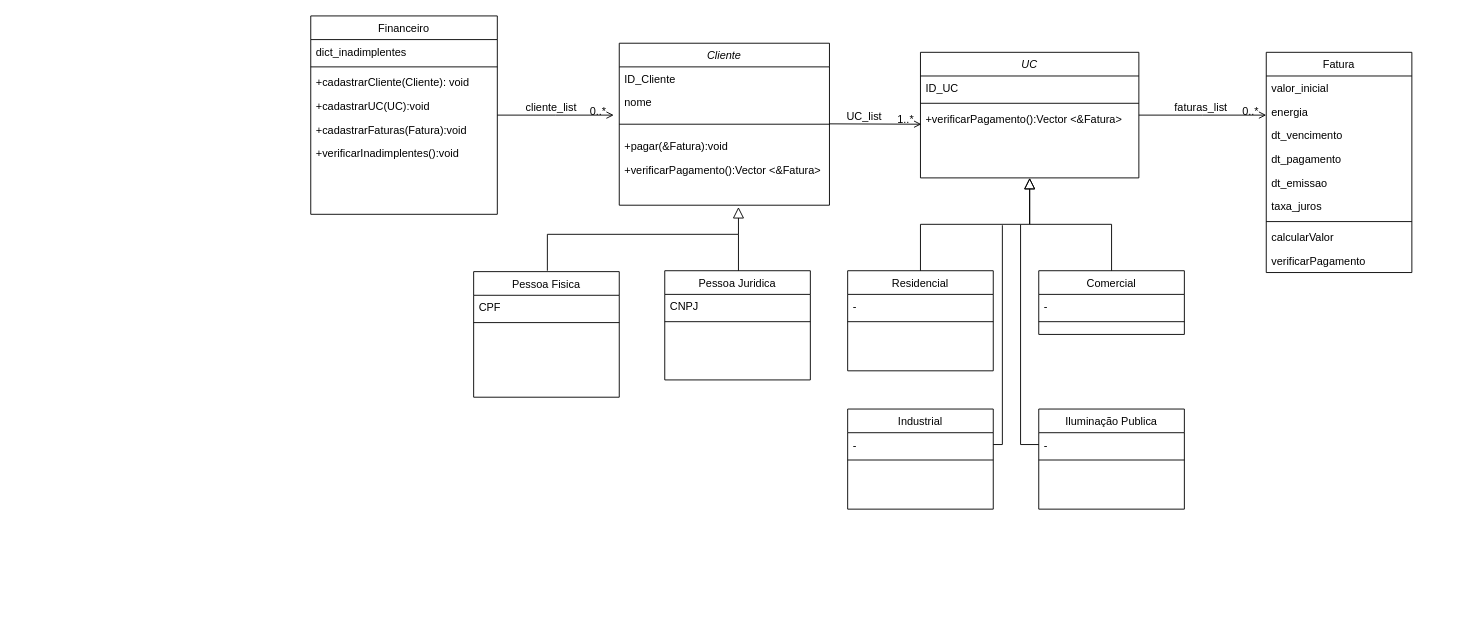
Above: Modulo_1.drawio in rodrigocezarluz/Projeto-POO (draw.io), before the change. Source tidied: cells renumbered, new cells numbered last; positions are measured from the earlier drawing's top-left corner, leaving out a move shared by most shapes. Both pictures are drawn from the tidied source at 91%, with x=0, y=0 at pixel (310, 15).
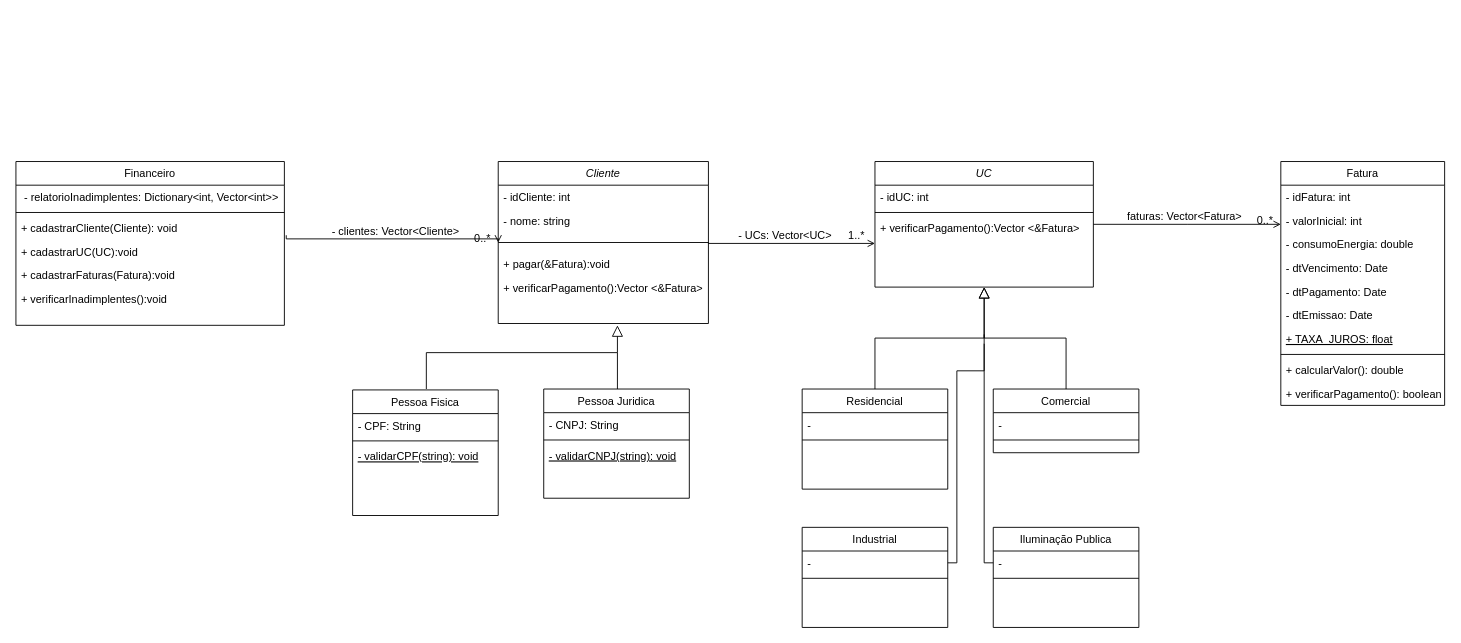
The same diagram, later.

Commit message (it also covers changes not shown here):
Standartize UML Model

Unchanged cells that the change refers to:
```xml
<mxCell id="24" style="endArrow=open;shadow=0;strokeWidth=1;rounded=0;endFill=1;edgeStyle=elbowEdgeStyle;elbow=vertical;" parent="1" edge="1" source="2" target="14">
  <mxGeometry x="0.5" y="41" relative="1" as="geometry">
    <mxPoint x="-40" y="32" as="offset" />
  </mxGeometry>
</mxCell>
<mxCell id="46" value="-&#10;" style="text;align=left;verticalAlign=top;spacingLeft=4;spacingRight=4;overflow=hidden;points=[[0,0.5],[1,0.5]];portConstraint=eastwest;rounded=0;shadow=0;html=0;" parent="45" vertex="1">
  <mxGeometry y="26" width="160" height="26" as="geometry" />
</mxCell>
<mxCell id="49" value="-&#10;" style="text;align=left;verticalAlign=top;spacingLeft=4;spacingRight=4;overflow=hidden;points=[[0,0.5],[1,0.5]];portConstraint=eastwest;rounded=0;shadow=0;html=0;" parent="48" vertex="1">
  <mxGeometry y="26" width="160" height="26" as="geometry" />
</mxCell>
```

The edit, as a diff of the source:
```diff
@@
     <mxCell id="2" value="UC" style="swimlane;fontStyle=2;align=center;verticalAlign=top;horizontal=1;startSize=26;rounded=0;shadow=0;strokeWidth=1;" parent="1" vertex="1">
-      <mxGeometry x="670" y="40" width="240" height="138" as="geometry" />
+      <mxGeometry x="620" y="160" width="240" height="138" as="geometry" />
     </mxCell>
-    <mxCell id="3" value="ID_UC" style="text;align=left;verticalAlign=top;spacingLeft=4;spacingRight=4;overflow=hidden;" parent="2" vertex="1">
+    <mxCell id="3" value="- idUC: int" style="text;align=left;verticalAlign=top;spacingLeft=4;spacingRight=4;overflow=hidden;" parent="2" vertex="1">
       <mxGeometry y="26" width="240" height="26" as="geometry" />
     </mxCell>
@@
-    <mxCell id="5" value="+verificarPagamento():Vector &lt;&amp;Fatura&gt;" style="text;align=left;verticalAlign=top;spacingLeft=4;spacingRight=4;overflow=hidden;rounded=0;shadow=0;html=0;" parent="2" vertex="1">
+    <mxCell id="5" value="+ verificarPagamento():Vector &lt;&amp;Fatura&gt;" style="text;align=left;verticalAlign=top;spacingLeft=4;spacingRight=4;overflow=hidden;rounded=0;shadow=0;html=0;" parent="2" vertex="1">
       <mxGeometry y="60" width="240" height="26" as="geometry" />
     </mxCell>
     <mxCell id="6" value="Residencial" style="swimlane;fontStyle=0;align=center;verticalAlign=top;horizontal=1;startSize=26;rounded=0;shadow=0;strokeWidth=1;" parent="1" vertex="1">
-      <mxGeometry x="590" y="280" width="160" height="110" as="geometry" />
+      <mxGeometry x="540" y="410" width="160" height="110" as="geometry" />
     </mxCell>
@@
     <mxCell id="10" value="Comercial" style="swimlane;fontStyle=0;align=center;verticalAlign=top;horizontal=1;startSize=26;rounded=0;shadow=0;strokeWidth=1;" parent="1" vertex="1">
-      <mxGeometry x="800" y="280" width="160" height="70" as="geometry" />
+      <mxGeometry x="750" y="410" width="160" height="70" as="geometry" />
     </mxCell>
@@
     <mxCell id="14" value="Fatura" style="swimlane;fontStyle=0;align=center;verticalAlign=top;horizontal=1;startSize=26;rounded=0;shadow=0;strokeWidth=1;" parent="1" vertex="1">
-      <mxGeometry x="1050" y="40" width="160" height="242" as="geometry" />
+      <mxGeometry x="1066" y="160" width="180" height="268" as="geometry" />
     </mxCell>
+    <mxCell id="63" value="- idFatura: int" style="text;align=left;verticalAlign=top;spacingLeft=4;spacingRight=4;overflow=hidden;rounded=0;shadow=0;html=0;" parent="14" vertex="1">
+      <mxGeometry y="26" width="180" height="26" as="geometry" />
+    </mxCell>
-    <mxCell id="15" value="valor_inicial" style="text;align=left;verticalAlign=top;spacingLeft=4;spacingRight=4;overflow=hidden;" parent="14" vertex="1">
-      <mxGeometry y="26" width="160" height="26" as="geometry" />
+    <mxCell id="15" value="- valorInicial: int" style="text;align=left;verticalAlign=top;spacingLeft=4;spacingRight=4;overflow=hidden;" parent="14" vertex="1">
+      <mxGeometry y="52" width="180" height="26" as="geometry" />
     </mxCell>
-    <mxCell id="16" value="energia" style="text;align=left;verticalAlign=top;spacingLeft=4;spacingRight=4;overflow=hidden;rounded=0;shadow=0;html=0;" parent="14" vertex="1">
-      <mxGeometry y="52" width="160" height="26" as="geometry" />
+    <mxCell id="16" value="- consumoEnergia: double" style="text;align=left;verticalAlign=top;spacingLeft=4;spacingRight=4;overflow=hidden;rounded=0;shadow=0;html=0;" parent="14" vertex="1">
+      <mxGeometry y="78" width="180" height="26" as="geometry" />
     </mxCell>
-    <mxCell id="17" value="dt_vencimento" style="text;align=left;verticalAlign=top;spacingLeft=4;spacingRight=4;overflow=hidden;rounded=0;shadow=0;html=0;" parent="14" vertex="1">
-      <mxGeometry y="78" width="160" height="26" as="geometry" />
+    <mxCell id="17" value="- dtVencimento: Date" style="text;align=left;verticalAlign=top;spacingLeft=4;spacingRight=4;overflow=hidden;rounded=0;shadow=0;html=0;" parent="14" vertex="1">
+      <mxGeometry y="104" width="180" height="26" as="geometry" />
     </mxCell>
-    <mxCell id="18" value="dt_pagamento" style="text;align=left;verticalAlign=top;spacingLeft=4;spacingRight=4;overflow=hidden;rounded=0;shadow=0;html=0;" parent="14" vertex="1">
-      <mxGeometry y="104" width="160" height="26" as="geometry" />
+    <mxCell id="18" value="- dtPagamento: Date" style="text;align=left;verticalAlign=top;spacingLeft=4;spacingRight=4;overflow=hidden;rounded=0;shadow=0;html=0;" parent="14" vertex="1">
+      <mxGeometry y="130" width="180" height="26" as="geometry" />
     </mxCell>
-    <mxCell id="19" value="dt_emissao" style="text;align=left;verticalAlign=top;spacingLeft=4;spacingRight=4;overflow=hidden;rounded=0;shadow=0;html=0;" parent="14" vertex="1">
-      <mxGeometry y="130" width="160" height="26" as="geometry" />
+    <mxCell id="19" value="- dtEmissao: Date" style="text;align=left;verticalAlign=top;spacingLeft=4;spacingRight=4;overflow=hidden;rounded=0;shadow=0;html=0;" parent="14" vertex="1">
+      <mxGeometry y="156" width="180" height="26" as="geometry" />
     </mxCell>
-    <mxCell id="20" value="taxa_juros" style="text;align=left;verticalAlign=top;spacingLeft=4;spacingRight=4;overflow=hidden;rounded=0;shadow=0;html=0;" parent="14" vertex="1">
-      <mxGeometry y="156" width="160" height="26" as="geometry" />
+    <mxCell id="20" value="+ TAXA_JUROS: float" style="text;align=left;verticalAlign=top;spacingLeft=4;spacingRight=4;overflow=hidden;rounded=0;shadow=0;html=0;fontStyle=4;" parent="14" vertex="1">
+      <mxGeometry y="182" width="180" height="26" as="geometry" />
     </mxCell>
     <mxCell id="21" style="line;html=1;strokeWidth=1;align=left;verticalAlign=middle;spacingTop=-1;spacingLeft=3;spacingRight=3;labelPosition=right;" parent="14" vertex="1">
-      <mxGeometry y="182" width="160" height="8" as="geometry" />
+      <mxGeometry y="208" width="180" height="8" as="geometry" />
     </mxCell>
-    <mxCell id="22" value="calcularValor" style="text;align=left;verticalAlign=top;spacingLeft=4;spacingRight=4;overflow=hidden;" parent="14" vertex="1">
-      <mxGeometry y="190" width="160" height="26" as="geometry" />
+    <mxCell id="22" value="+ calcularValor(): double" style="text;align=left;verticalAlign=top;spacingLeft=4;spacingRight=4;overflow=hidden;" parent="14" vertex="1">
+      <mxGeometry y="216" width="180" height="26" as="geometry" />
     </mxCell>
-    <mxCell id="23" value="verificarPagamento" style="text;align=left;verticalAlign=top;spacingLeft=4;spacingRight=4;overflow=hidden;rounded=0;shadow=0;html=0;" parent="14" vertex="1">
-      <mxGeometry y="216" width="160" height="26" as="geometry" />
+    <mxCell id="23" value="+ verificarPagamento(): boolean" style="text;align=left;verticalAlign=top;spacingLeft=4;spacingRight=4;overflow=hidden;rounded=0;shadow=0;html=0;" parent="14" vertex="1">
+      <mxGeometry y="242" width="180" height="26" as="geometry" />
     </mxCell>
@@
-    <mxCell id="26" value="faturas_list" style="text;html=1;align=center;verticalAlign=middle;labelBackgroundColor=none;rounded=0;shadow=0;strokeWidth=1;fontSize=12;" parent="24" vertex="1">
+    <mxCell id="26" value="faturas: Vector&amp;lt;Fatura&amp;gt;" style="text;html=1;align=center;verticalAlign=middle;labelBackgroundColor=none;rounded=0;shadow=0;strokeWidth=1;fontSize=12;" parent="24" vertex="1">
       <mxGeometry x="0.5" y="49" relative="1" as="geometry">
-        <mxPoint x="-38" y="40" as="offset" />
+        <mxPoint x="-56" y="40" as="offset" />
       </mxGeometry>
     </mxCell>
     <mxCell id="27" value="Cliente" style="swimlane;fontStyle=2;align=center;verticalAlign=top;horizontal=1;startSize=26;rounded=0;shadow=0;strokeWidth=1;" parent="1" vertex="1">
-      <mxGeometry x="339" y="30" width="231" height="178" as="geometry" />
+      <mxGeometry x="206" y="160" width="231" height="178" as="geometry" />
     </mxCell>
-    <mxCell id="28" value="ID_Cliente" style="text;align=left;verticalAlign=top;spacingLeft=4;spacingRight=4;overflow=hidden;" parent="27" vertex="1">
+    <mxCell id="28" value="- idCliente: int" style="text;align=left;verticalAlign=top;spacingLeft=4;spacingRight=4;overflow=hidden;" parent="27" vertex="1">
       <mxGeometry y="26" width="231" height="26" as="geometry" />
     </mxCell>
-    <mxCell id="29" value="nome" style="text;align=left;verticalAlign=top;spacingLeft=4;spacingRight=4;overflow=hidden;rounded=0;shadow=0;html=0;" parent="27" vertex="1">
+    <mxCell id="29" value="- nome: string" style="text;align=left;verticalAlign=top;spacingLeft=4;spacingRight=4;overflow=hidden;rounded=0;shadow=0;html=0;" parent="27" vertex="1">
       <mxGeometry y="52" width="231" height="26" as="geometry" />
     </mxCell>
@@
-    <mxCell id="31" value="+pagar(&amp;Fatura):void" style="text;align=left;verticalAlign=top;spacingLeft=4;spacingRight=4;overflow=hidden;rounded=0;shadow=0;html=0;" parent="27" vertex="1">
+    <mxCell id="31" value="+ pagar(&amp;Fatura):void" style="text;align=left;verticalAlign=top;spacingLeft=4;spacingRight=4;overflow=hidden;rounded=0;shadow=0;html=0;" parent="27" vertex="1">
       <mxGeometry y="100" width="231" height="26" as="geometry" />
     </mxCell>
-    <mxCell id="32" value="+verificarPagamento():Vector &lt;&amp;Fatura&gt;" style="text;align=left;verticalAlign=top;spacingLeft=4;spacingRight=4;overflow=hidden;rounded=0;shadow=0;html=0;" parent="27" vertex="1">
+    <mxCell id="32" value="+ verificarPagamento():Vector &lt;&amp;Fatura&gt;" style="text;align=left;verticalAlign=top;spacingLeft=4;spacingRight=4;overflow=hidden;rounded=0;shadow=0;html=0;" parent="27" vertex="1">
       <mxGeometry y="126" width="231" height="26" as="geometry" />
     </mxCell>
-    <mxCell id="33" style="endArrow=open;shadow=0;strokeWidth=1;rounded=0;endFill=1;edgeStyle=elbowEdgeStyle;elbow=vertical;" parent="1" edge="1">
+    <mxCell id="33" style="endArrow=open;shadow=0;strokeWidth=1;rounded=0;endFill=1;edgeStyle=elbowEdgeStyle;elbow=vertical;exitX=1;exitY=0.5;exitDx=0;exitDy=0;" parent="1" edge="1" source="27">
       <mxGeometry x="0.5" y="41" relative="1" as="geometry">
-        <mxPoint x="570" y="118.6" as="sourcePoint" />
-        <mxPoint x="671" y="118.6" as="targetPoint" />
+        <mxPoint x="620" y="250" as="targetPoint" />
         <mxPoint x="-40" y="32" as="offset" />
       </mxGeometry>
     </mxCell>
     <mxCell id="34" value="1..*" style="align=right;verticalAlign=bottom;labelBackgroundColor=none;fontSize=12;" parent="33" vertex="1">
       <mxGeometry x="1" relative="1" as="geometry">
-        <mxPoint x="-7" y="4" as="offset" />
+        <mxPoint x="-10" as="offset" />
       </mxGeometry>
     </mxCell>
-    <mxCell id="35" value="UC_list" style="text;html=1;align=center;verticalAlign=middle;labelBackgroundColor=none;rounded=0;shadow=0;strokeWidth=1;fontSize=12;" parent="33" vertex="1">
+    <mxCell id="35" value="- UCs: Vector&amp;lt;UC&amp;gt;" style="text;html=1;align=center;verticalAlign=middle;labelBackgroundColor=none;rounded=0;shadow=0;strokeWidth=1;fontSize=12;" parent="33" vertex="1">
       <mxGeometry x="0.5" y="49" relative="1" as="geometry">
-        <mxPoint x="-38" y="40" as="offset" />
+        <mxPoint x="-54" y="40" as="offset" />
       </mxGeometry>
     </mxCell>
     <mxCell id="36" value="Pessoa Fisica" style="swimlane;fontStyle=0;align=center;verticalAlign=top;horizontal=1;startSize=26;rounded=0;shadow=0;strokeWidth=1;" parent="1" vertex="1">
-      <mxGeometry x="179" y="281" width="160" height="138" as="geometry" />
+      <mxGeometry x="46" y="411" width="160" height="138" as="geometry" />
     </mxCell>
-    <mxCell id="37" value="CPF" style="text;align=left;verticalAlign=top;spacingLeft=4;spacingRight=4;overflow=hidden;" parent="36" vertex="1">
+    <mxCell id="37" value="- CPF: String" style="text;align=left;verticalAlign=top;spacingLeft=4;spacingRight=4;overflow=hidden;" parent="36" vertex="1">
       <mxGeometry y="26" width="160" height="26" as="geometry" />
     </mxCell>
@@
+    <mxCell id="64" value="- validarCPF(string): void" style="text;align=left;verticalAlign=top;spacingLeft=4;spacingRight=4;overflow=hidden;fontStyle=4;" parent="36" vertex="1">
+      <mxGeometry y="60" width="160" height="26" as="geometry" />
+    </mxCell>
     <mxCell id="39" value="Pessoa Juridica" style="swimlane;fontStyle=0;align=center;verticalAlign=top;horizontal=1;startSize=26;rounded=0;shadow=0;strokeWidth=1;" parent="1" vertex="1">
-      <mxGeometry x="389" y="280" width="160" height="120" as="geometry" />
+      <mxGeometry x="256" y="410" width="160" height="120" as="geometry" />
     </mxCell>
-    <mxCell id="40" value="CNPJ" style="text;align=left;verticalAlign=top;spacingLeft=4;spacingRight=4;overflow=hidden;" parent="39" vertex="1">
+    <mxCell id="40" value="- CNPJ: String" style="text;align=left;verticalAlign=top;spacingLeft=4;spacingRight=4;overflow=hidden;" parent="39" vertex="1">
       <mxGeometry y="26" width="160" height="26" as="geometry" />
     </mxCell>
@@
+    <mxCell id="65" value="- validarCNPJ(string): void" style="text;align=left;verticalAlign=top;spacingLeft=4;spacingRight=4;overflow=hidden;fontStyle=4;" parent="39" vertex="1">
+      <mxGeometry y="60" width="160" height="26" as="geometry" />
+    </mxCell>
     <mxCell id="42" style="endArrow=block;endSize=10;endFill=0;shadow=0;strokeWidth=1;rounded=0;edgeStyle=elbowEdgeStyle;elbow=vertical;" parent="1" edge="1" source="39">
       <mxGeometry relative="1" as="geometry">
-        <mxPoint x="470" y="210" as="targetPoint" />
+        <mxPoint x="337" y="340" as="targetPoint" />
         <Array as="points">
-          <mxPoint x="470" y="240" />
+          <mxPoint x="337" y="370" />
         </Array>
       </mxGeometry>
     </mxCell>
     <mxCell id="43" style="endArrow=none;html=1;rounded=0;" parent="1" edge="1">
       <mxGeometry relative="1" as="geometry">
-        <mxPoint x="260" y="280" as="sourcePoint" />
-        <mxPoint x="260" y="240" as="targetPoint" />
+        <mxPoint x="127" y="410" as="sourcePoint" />
+        <mxPoint x="127" y="370" as="targetPoint" />
       </mxGeometry>
     </mxCell>
     <mxCell id="44" style="endArrow=none;html=1;rounded=0;" parent="1" edge="1">
       <mxGeometry relative="1" as="geometry">
-        <mxPoint x="260" y="240" as="sourcePoint" />
-        <mxPoint x="470" y="240" as="targetPoint" />
+        <mxPoint x="127" y="370" as="sourcePoint" />
+        <mxPoint x="337" y="370" as="targetPoint" />
       </mxGeometry>
     </mxCell>
     <mxCell id="45" value="Industrial" style="swimlane;fontStyle=0;align=center;verticalAlign=top;horizontal=1;startSize=26;rounded=0;shadow=0;strokeWidth=1;" parent="1" vertex="1">
-      <mxGeometry x="590" y="432" width="160" height="110" as="geometry" />
+      <mxGeometry x="540" y="562" width="160" height="110" as="geometry" />
     </mxCell>
@@
     <mxCell id="48" value="Iluminação Publica" style="swimlane;fontStyle=0;align=center;verticalAlign=top;horizontal=1;startSize=26;rounded=0;shadow=0;strokeWidth=1;" parent="1" vertex="1">
-      <mxGeometry x="800" y="432" width="160" height="110" as="geometry" />
+      <mxGeometry x="750" y="562" width="160" height="110" as="geometry" />
     </mxCell>
@@
     <mxCell id="51" style="edgeStyle=orthogonalEdgeStyle;rounded=0;jettySize=auto;html=1;endArrow=none;endFill=0;exitX=1;exitY=0.5;exitDx=0;exitDy=0;" parent="1" edge="1" source="46">
       <mxGeometry relative="1" as="geometry">
-        <mxPoint x="760" y="230" as="targetPoint" />
+        <mxPoint x="740" y="360" as="targetPoint" />
         <Array as="points">
-          <mxPoint x="760" y="471" />
-          <mxPoint x="760" y="230" />
+          <mxPoint x="710" y="601" />
+          <mxPoint x="710" y="390" />
+          <mxPoint x="740" y="390" />
         </Array>
       </mxGeometry>
     </mxCell>
     <mxCell id="52" style="edgeStyle=orthogonalEdgeStyle;rounded=0;jettySize=auto;html=1;endArrow=none;endFill=0;exitX=0;exitY=0.5;exitDx=0;exitDy=0;" parent="1" edge="1" source="49">
       <mxGeometry relative="1" as="geometry">
-        <mxPoint x="780" y="229.5" as="targetPoint" />
+        <mxPoint x="740" y="350" as="targetPoint" />
         <Array as="points">
-          <mxPoint x="780" y="471" />
+          <mxPoint x="740" y="601" />
+          <mxPoint x="740" y="360" />
         </Array>
       </mxGeometry>
     </mxCell>
     <mxCell id="53" value="Financeiro" style="swimlane;fontStyle=0;align=center;verticalAlign=top;horizontal=1;startSize=26;rounded=0;shadow=0;strokeWidth=1;" parent="1" vertex="1">
-      <mxGeometry width="205" height="218" as="geometry" />
+      <mxGeometry x="-324" y="160" width="295" height="180" as="geometry" />
     </mxCell>
-    <mxCell id="54" value="dict_inadimplentes" style="text;align=left;verticalAlign=top;spacingLeft=4;spacingRight=4;overflow=hidden;" parent="53" vertex="1">
-      <mxGeometry y="26" width="205" height="26" as="geometry" />
+    <mxCell id="54" value=" - relatorioInadimplentes: Dictionary&lt;int, Vector&lt;int&gt;&gt;" style="text;align=left;verticalAlign=top;spacingLeft=4;spacingRight=4;overflow=hidden;" parent="53" vertex="1">
+      <mxGeometry y="26" width="295" height="26" as="geometry" />
     </mxCell>
     <mxCell id="55" style="line;html=1;strokeWidth=1;align=left;verticalAlign=middle;spacingTop=-1;spacingLeft=3;spacingRight=3;labelPosition=right;" parent="53" vertex="1">
-      <mxGeometry y="52" width="205" height="8" as="geometry" />
+      <mxGeometry y="52" width="295" height="8" as="geometry" />
     </mxCell>
-    <mxCell id="56" value="+cadastrarCliente(Cliente): void" style="text;align=left;verticalAlign=top;spacingLeft=4;spacingRight=4;overflow=hidden;points=[[0,0.5],[1,0.5]];portConstraint=eastwest;" parent="53" vertex="1">
-      <mxGeometry y="60" width="205" height="26" as="geometry" />
+    <mxCell id="56" value="+ cadastrarCliente(Cliente): void" style="text;align=left;verticalAlign=top;spacingLeft=4;spacingRight=4;overflow=hidden;points=[[0,0.5],[1,0.5]];portConstraint=eastwest;" parent="53" vertex="1">
+      <mxGeometry y="60" width="295" height="26" as="geometry" />
     </mxCell>
-    <mxCell id="57" value="+cadastrarUC(UC):void" style="text;align=left;verticalAlign=top;spacingLeft=4;spacingRight=4;overflow=hidden;" parent="53" vertex="1">
-      <mxGeometry y="86" width="205" height="26" as="geometry" />
+    <mxCell id="57" value="+ cadastrarUC(UC):void" style="text;align=left;verticalAlign=top;spacingLeft=4;spacingRight=4;overflow=hidden;" parent="53" vertex="1">
+      <mxGeometry y="86" width="295" height="26" as="geometry" />
     </mxCell>
-    <mxCell id="58" value="+cadastrarFaturas(Fatura):void" style="text;align=left;verticalAlign=top;spacingLeft=4;spacingRight=4;overflow=hidden;" parent="53" vertex="1">
-      <mxGeometry y="112" width="205" height="26" as="geometry" />
+    <mxCell id="58" value="+ cadastrarFaturas(Fatura):void" style="text;align=left;verticalAlign=top;spacingLeft=4;spacingRight=4;overflow=hidden;" parent="53" vertex="1">
+      <mxGeometry y="112" width="295" height="26" as="geometry" />
     </mxCell>
-    <mxCell id="59" value="+verificarInadimplentes():void" style="text;align=left;verticalAlign=top;spacingLeft=4;spacingRight=4;overflow=hidden;" parent="53" vertex="1">
-      <mxGeometry y="138" width="205" height="26" as="geometry" />
+    <mxCell id="59" value="+ verificarInadimplentes():void" style="text;align=left;verticalAlign=top;spacingLeft=4;spacingRight=4;overflow=hidden;" parent="53" vertex="1">
+      <mxGeometry y="138" width="295" height="26" as="geometry" />
     </mxCell>
-    <mxCell id="60" style="endArrow=open;shadow=0;strokeWidth=1;rounded=0;endFill=1;edgeStyle=elbowEdgeStyle;elbow=vertical;" parent="1" edge="1">
+    <mxCell id="60" style="endArrow=open;shadow=0;strokeWidth=1;rounded=0;endFill=1;edgeStyle=elbowEdgeStyle;elbow=vertical;exitX=1.007;exitY=0.808;exitDx=0;exitDy=0;exitPerimeter=0;entryX=0;entryY=0.5;entryDx=0;entryDy=0;" parent="1" edge="1" source="56" target="27">
       <mxGeometry x="0.5" y="41" relative="1" as="geometry">
-        <mxPoint x="205" y="109" as="sourcePoint" />
-        <mxPoint x="333" y="109" as="targetPoint" />
         <mxPoint x="-40" y="32" as="offset" />
       </mxGeometry>
     </mxCell>
@@
-    <mxCell id="62" value="cliente_list" style="text;html=1;align=center;verticalAlign=middle;labelBackgroundColor=none;rounded=0;shadow=0;strokeWidth=1;fontSize=12;" parent="60" vertex="1">
+    <mxCell id="62" value="- clientes: Vector&amp;lt;Cliente&amp;gt;" style="text;html=1;align=center;verticalAlign=middle;labelBackgroundColor=none;rounded=0;shadow=0;strokeWidth=1;fontSize=12;" parent="60" vertex="1">
       <mxGeometry x="0.5" y="49" relative="1" as="geometry">
-        <mxPoint x="-38" y="40" as="offset" />
+        <mxPoint x="-58" y="40" as="offset" />
       </mxGeometry>
     </mxCell>
```
